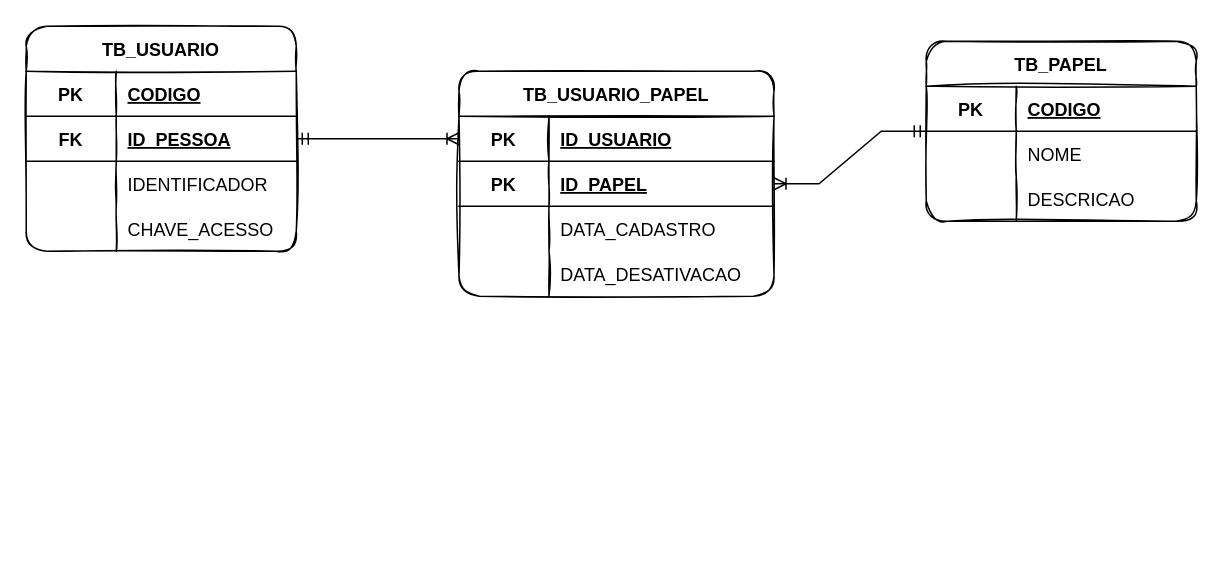
quintino-digital/gersegurancaapi keeps this draw.io diagram as src/main/resources/gersegurancaapi.drawio. Above is the earlier version. Source tidied: cells renumbered, new cells numbered last; positions are measured from the earlier drawing's top-left corner, leaving out a move shared by most shapes. Both pictures are drawn from the tidied source at 150%, with x=0, y=0 at pixel (26, 26).
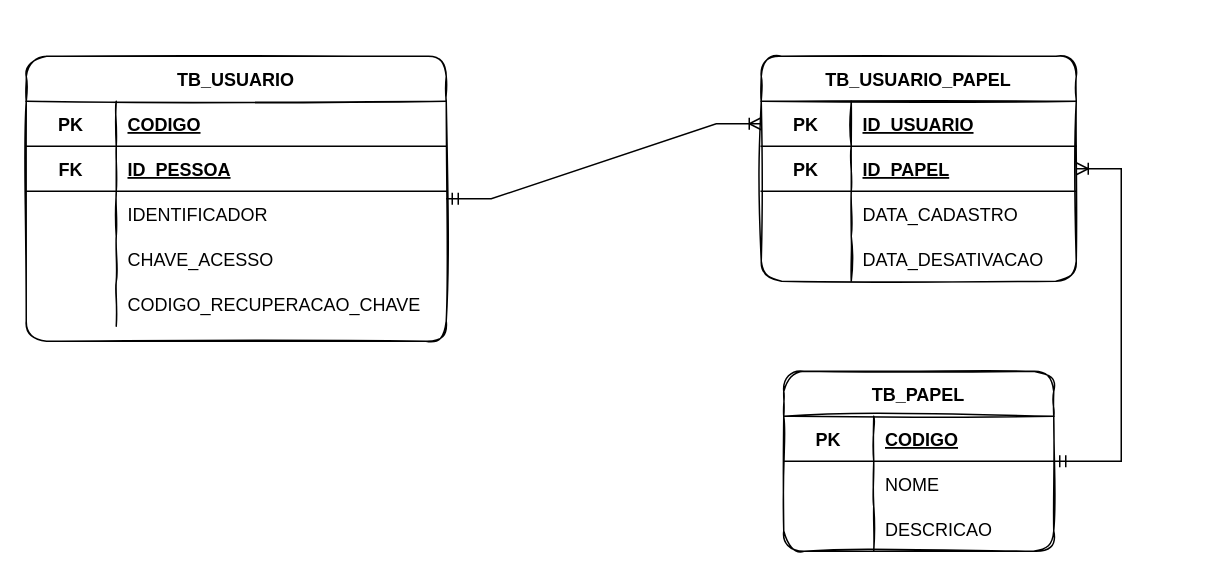
The same diagram, later.

The edit, as a diff of the source:
```diff
@@
     <mxCell id="2" value="TB_PAPEL" style="shape=table;startSize=30;childLayout=tableLayout;rowLines=0;fontStyle=1;align=center;rounded=1;sketch=1;gradientColor=none;swimlaneFillColor=default;" parent="1" vertex="1">
-      <mxGeometry x="600" y="10" width="180" height="120" as="geometry" />
+      <mxGeometry x="505" y="230" width="180" height="120" as="geometry" />
     </mxCell>
@@
     <mxCell id="12" value="TB_USUARIO" style="shape=table;startSize=30;childLayout=tableLayout;rowLines=0;fontStyle=1;align=center;rounded=1;sketch=1;gradientColor=none;swimlaneFillColor=default;" parent="1" vertex="1">
-      <mxGeometry width="180" height="150" as="geometry" />
+      <mxGeometry y="20" width="280" height="190" as="geometry" />
     </mxCell>
     <mxCell id="13" style="shape=tableRow;horizontal=0;startSize=0;swimlaneHead=0;swimlaneBody=0;fillColor=none;top=0;left=0;right=0;bottom=1;" parent="12" vertex="1">
-      <mxGeometry y="30" width="180" height="30" as="geometry" />
+      <mxGeometry y="30" width="280" height="30" as="geometry" />
     </mxCell>
@@
     <mxCell id="15" value="CODIGO" style="shape=partialRectangle;fillColor=none;top=0;left=0;bottom=0;right=0;align=left;spacingLeft=6;fontStyle=5;overflow=hidden;" parent="13" vertex="1">
-      <mxGeometry x="60" width="120" height="30" as="geometry" />
+      <mxGeometry x="60" width="220" height="30" as="geometry" />
     </mxCell>
     <mxCell id="16" style="shape=tableRow;horizontal=0;startSize=0;swimlaneHead=0;swimlaneBody=0;fillColor=none;top=0;left=0;right=0;bottom=1;" parent="12" vertex="1">
-      <mxGeometry y="60" width="180" height="30" as="geometry" />
+      <mxGeometry y="60" width="280" height="30" as="geometry" />
     </mxCell>
@@
     <mxCell id="18" value="ID_PESSOA" style="shape=partialRectangle;fillColor=none;top=0;left=0;bottom=0;right=0;align=left;spacingLeft=6;fontStyle=5;overflow=hidden;" parent="16" vertex="1">
-      <mxGeometry x="60" width="120" height="30" as="geometry" />
+      <mxGeometry x="60" width="220" height="30" as="geometry" />
     </mxCell>
     <mxCell id="19" style="shape=tableRow;horizontal=0;startSize=0;swimlaneHead=0;swimlaneBody=0;fillColor=none;top=0;left=0;right=0;bottom=0;" parent="12" vertex="1">
-      <mxGeometry y="90" width="180" height="30" as="geometry" />
+      <mxGeometry y="90" width="280" height="30" as="geometry" />
     </mxCell>
@@
     <mxCell id="21" value="IDENTIFICADOR" style="shape=partialRectangle;fillColor=none;top=0;left=0;bottom=0;right=0;align=left;spacingLeft=6;overflow=hidden;" parent="19" vertex="1">
-      <mxGeometry x="60" width="120" height="30" as="geometry" />
+      <mxGeometry x="60" width="220" height="30" as="geometry" />
     </mxCell>
     <mxCell id="22" style="shape=tableRow;horizontal=0;startSize=0;swimlaneHead=0;swimlaneBody=0;fillColor=none;top=0;left=0;right=0;bottom=0;" parent="12" vertex="1">
-      <mxGeometry y="120" width="180" height="30" as="geometry" />
+      <mxGeometry y="120" width="280" height="30" as="geometry" />
     </mxCell>
@@
     <mxCell id="24" value="CHAVE_ACESSO" style="shape=partialRectangle;fillColor=none;top=0;left=0;bottom=0;right=0;align=left;spacingLeft=6;overflow=hidden;" parent="22" vertex="1">
-      <mxGeometry x="60" width="120" height="30" as="geometry" />
+      <mxGeometry x="60" width="220" height="30" as="geometry" />
     </mxCell>
+    <mxCell id="40" style="shape=tableRow;horizontal=0;startSize=0;swimlaneHead=0;swimlaneBody=0;fillColor=none;top=0;left=0;right=0;bottom=0;" parent="12" vertex="1">
+      <mxGeometry y="150" width="280" height="30" as="geometry" />
+    </mxCell>
+    <mxCell id="41" style="shape=partialRectangle;fillColor=none;top=0;left=0;bottom=0;right=0;overflow=hidden;" parent="40" vertex="1">
+      <mxGeometry width="60" height="30" as="geometry" />
+    </mxCell>
+    <mxCell id="42" value="CODIGO_RECUPERACAO_CHAVE" style="shape=partialRectangle;fillColor=none;top=0;left=0;bottom=0;right=0;align=left;spacingLeft=6;overflow=hidden;" parent="40" vertex="1">
+      <mxGeometry x="60" width="220" height="30" as="geometry" />
+    </mxCell>
     <mxCell id="25" value="TB_USUARIO_PAPEL" style="shape=table;startSize=30;childLayout=tableLayout;rowLines=0;fontStyle=1;align=center;rounded=1;sketch=1;gradientColor=none;swimlaneFillColor=default;" parent="1" vertex="1">
-      <mxGeometry x="288.5" y="30" width="210" height="150" as="geometry" />
+      <mxGeometry x="490" y="20" width="210" height="150" as="geometry" />
     </mxCell>
```
